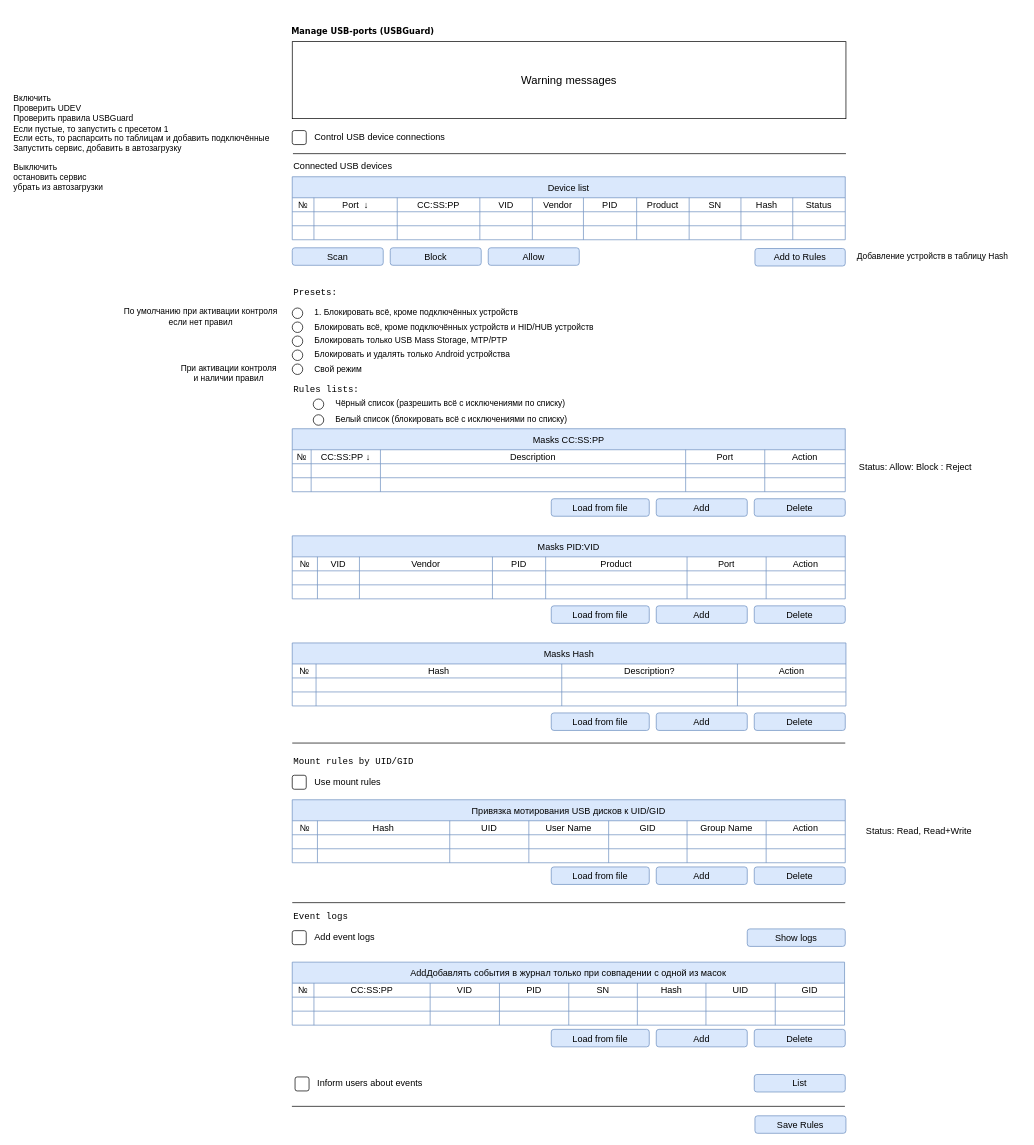
The draw.io diagram alterator_ui/UI.drawio in 3036662/alterator-usbmount, before the edit. Source tidied: cells renumbered, new cells numbered last; positions are measured from the earlier drawing's top-left corner, leaving out a move shared by most shapes. Both pictures are drawn from the tidied source at 70%, with x=0, y=0 at pixel (12, 12).
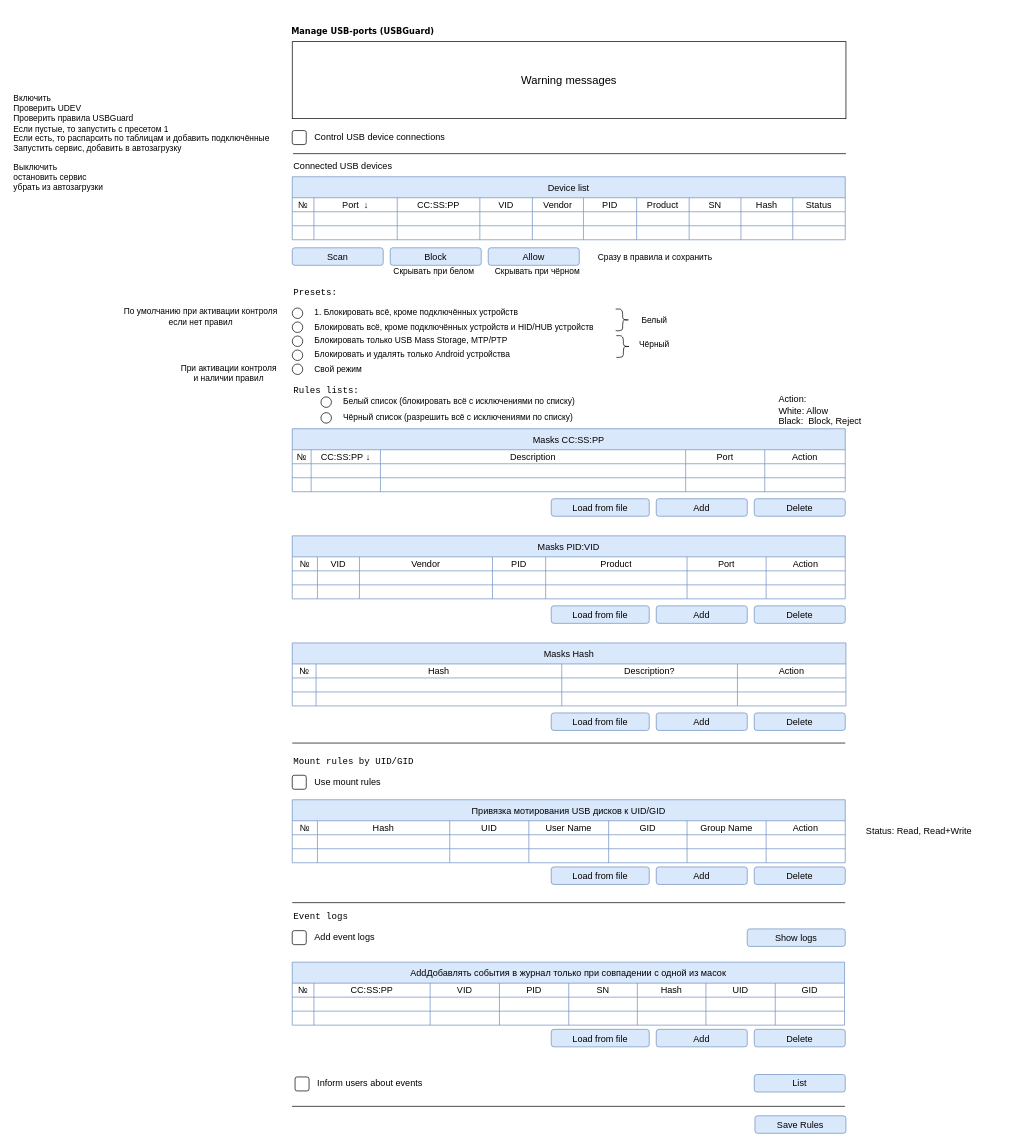
After the change.

Unchanged cells that the change refers to:
```xml
<mxCell id="117" style="group;" parent="114" vertex="1">
  <mxGeometry y="22.5" width="410" height="30" as="geometry" />
</mxCell>
```

What changed in the source:
```diff
@@
     <mxCell id="6" style="group;fontSize=13;" parent="1" vertex="1">
-      <mxGeometry x="400" y="415" width="869" height="65" as="geometry" />
+      <mxGeometry x="400" y="415" width="869" height="73" as="geometry" />
     </mxCell>
@@
     <mxCell id="9" style="group;fontSize=13;" parent="6" vertex="1">
-      <mxGeometry y="20" width="869" height="45" as="geometry" />
+      <mxGeometry y="20" width="869" height="53" as="geometry" />
     </mxCell>
@@
+    <mxCell id="219" style="shape=curlyBracket;whiteSpace=wrap;html=1;rounded=1;flipH=1;labelPosition=right;verticalLabelPosition=middle;align=left;verticalAlign=middle;size=0.5;" parent="9" vertex="1">
+      <mxGeometry x="462" y="-11" width="20" height="31" as="geometry" />
+    </mxCell>
+    <mxCell id="220" value="Чёрный" style="text;html=1;align=center;verticalAlign=middle;strokeColor=none;fillColor=none;" parent="9" vertex="1">
+      <mxGeometry x="485" y="27" width="63" height="26" as="geometry" />
+    </mxCell>
+    <mxCell id="221" value="Белый" style="text;html=1;align=center;verticalAlign=middle;strokeColor=none;fillColor=none;" parent="9" vertex="1">
+      <mxGeometry x="489.5" y="-8.5" width="54" height="26" as="geometry" />
+    </mxCell>
@@
-    <mxCell id="46" value="Add to Rules" style="rounded=1;whiteSpace=wrap;html=1;fillColor=#dae8fc;strokeColor=#6c8ebf;fontSize=13;" parent="1" vertex="1">
-      <mxGeometry x="1061" y="337.5" width="129" height="25" as="geometry" />
-    </mxCell>
     <mxCell id="47" value="&lt;font face=&quot;monospace&quot;&gt;Rules lists:&lt;/font&gt;" style="text;html=1;align=left;verticalAlign=top;strokeColor=none;fillColor=none;spacing=2;fontSize=13;" parent="1" vertex="1">
-      <mxGeometry x="400" y="524" width="114" height="28" as="geometry" />
+      <mxGeometry x="400" y="525" width="114" height="28" as="geometry" />
     </mxCell>
@@
-    <mxCell id="113" value="Status: Allow: Block : Reject" style="text;html=1;align=center;verticalAlign=middle;strokeColor=none;fillColor=none;fontSize=13;fontFamily=Helvetica;fontColor=default;" parent="1" vertex="1">
-      <mxGeometry x="1200" y="635" width="180" height="30" as="geometry" />
+    <mxCell id="113" value="Action:&lt;br&gt;White: Allow&lt;br&gt;&lt;div style=&quot;&quot;&gt;&lt;span style=&quot;background-color: initial;&quot;&gt;Black:&amp;nbsp; Block, Reject&lt;/span&gt;&lt;/div&gt;" style="text;html=1;align=left;verticalAlign=middle;strokeColor=none;fillColor=none;fontSize=13;fontFamily=Helvetica;fontColor=default;" parent="1" vertex="1">
+      <mxGeometry x="1093" y="539.2" width="129" height="59" as="geometry" />
     </mxCell>
     <mxCell id="114" style="group;" parent="1" vertex="1">
-      <mxGeometry x="430" y="545" width="440" height="52.5" as="geometry" />
+      <mxGeometry x="441" y="542" width="440" height="52.5" as="geometry" />
     </mxCell>
-    <mxCell id="115" value="Чёрный список (разрешить всё с исключениями по списку)" style="text;html=1;align=left;verticalAlign=top;strokeColor=none;fillColor=none;spacing=2;" parent="114" vertex="1">
-      <mxGeometry x="30" width="360" height="30" as="geometry" />
+    <mxCell id="115" value="Белый список (блокировать всё с исключениями по списку)" style="text;html=1;align=left;verticalAlign=top;strokeColor=none;fillColor=none;spacing=2;" parent="114" vertex="1">
+      <mxGeometry x="30" width="358" height="26" as="geometry" />
     </mxCell>
@@
-    <mxCell id="118" value="Белый список (блокировать всё с исключениями по списку)" style="text;html=1;align=left;verticalAlign=top;strokeColor=none;fillColor=none;spacing=2;" parent="117" vertex="1">
-      <mxGeometry x="30" width="360" height="30" as="geometry" />
+    <mxCell id="118" value="Чёрный список (разрешить всё с исключениями по списку)" style="text;html=1;align=left;verticalAlign=top;strokeColor=none;fillColor=none;spacing=2;" parent="117" vertex="1">
+      <mxGeometry x="30" width="356" height="26" as="geometry" />
     </mxCell>
@@
-    <mxCell id="208" value="Добавление устройств в таблицу Hash" style="text;html=1;align=left;verticalAlign=middle;strokeColor=none;fillColor=none;" parent="1" vertex="1">
-      <mxGeometry x="1205" y="335.5" width="238" height="26" as="geometry" />
-    </mxCell>
@@
+    <mxCell id="222" value="Сразу в правила и сохранить" style="text;html=1;align=center;verticalAlign=middle;strokeColor=none;fillColor=none;" parent="1" vertex="1">
+      <mxGeometry x="825" y="336.5" width="185" height="26" as="geometry" />
+    </mxCell>
+    <mxCell id="223" value="Скрывать при белом" style="text;html=1;align=center;verticalAlign=middle;strokeColor=none;fillColor=none;" parent="1" vertex="1">
+      <mxGeometry x="533" y="357" width="137" height="26" as="geometry" />
+    </mxCell>
+    <mxCell id="224" value="Скрывать при чёрном" style="text;html=1;align=center;verticalAlign=middle;strokeColor=none;fillColor=none;" parent="1" vertex="1">
+      <mxGeometry x="677" y="357" width="145" height="26" as="geometry" />
+    </mxCell>
+    <mxCell id="225" style="shape=curlyBracket;whiteSpace=wrap;html=1;rounded=1;flipH=1;labelPosition=right;verticalLabelPosition=middle;align=left;verticalAlign=middle;size=0.5;" parent="1" vertex="1">
+      <mxGeometry x="863" y="462" width="20" height="31" as="geometry" />
+    </mxCell>
```
